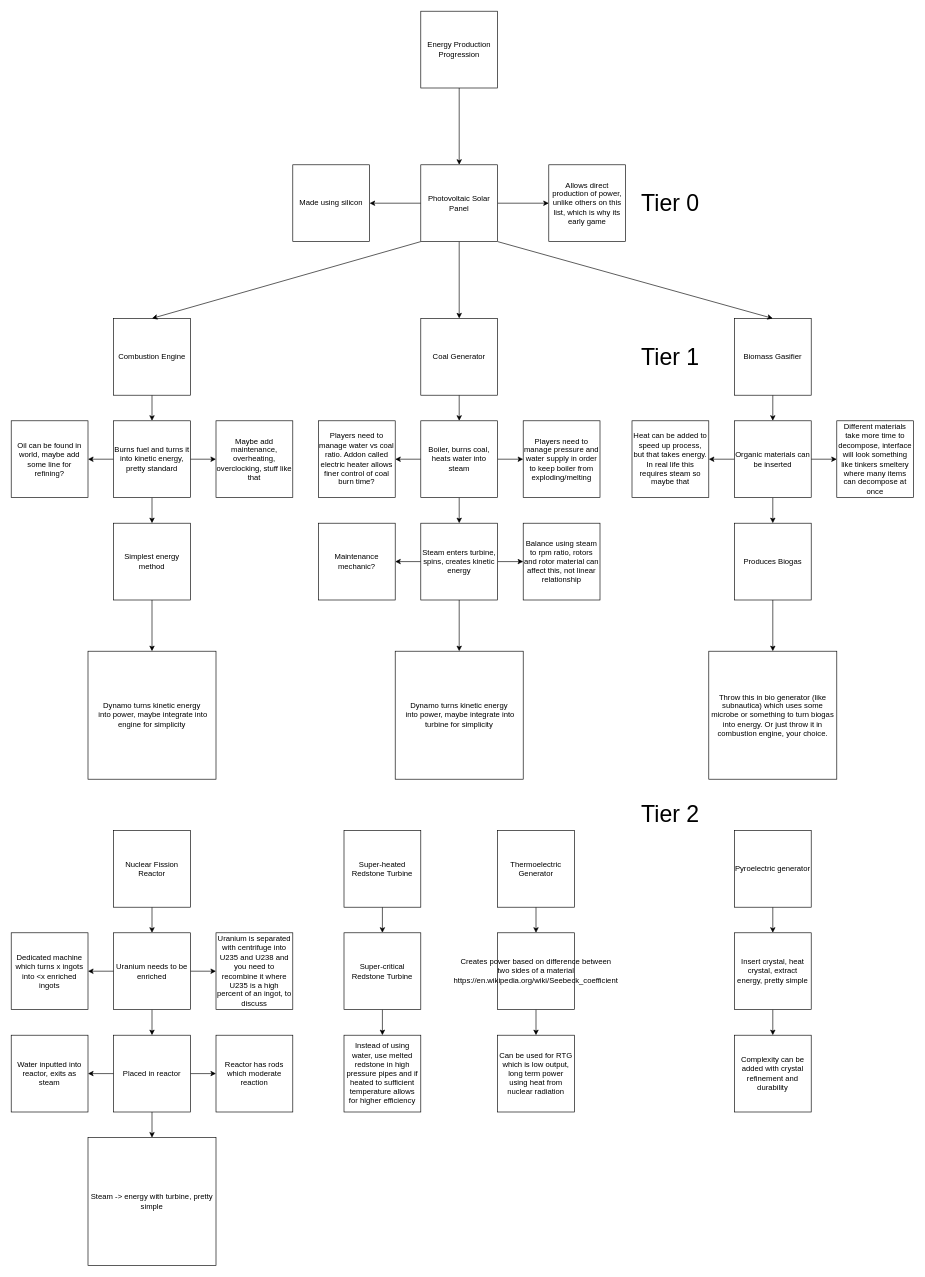
Above: page "Energy Production" (5 of 8) of SynchromaProgression.drawio in x3rdev/Synchroma (draw.io), before the change. Source tidied: cells renumbered, new cells numbered last; positions are measured from the earlier drawing's top-left corner, leaving out a move shared by most shapes. Both pictures are drawn from the tidied source at 64%, with x=0, y=0 at pixel (11, 11).
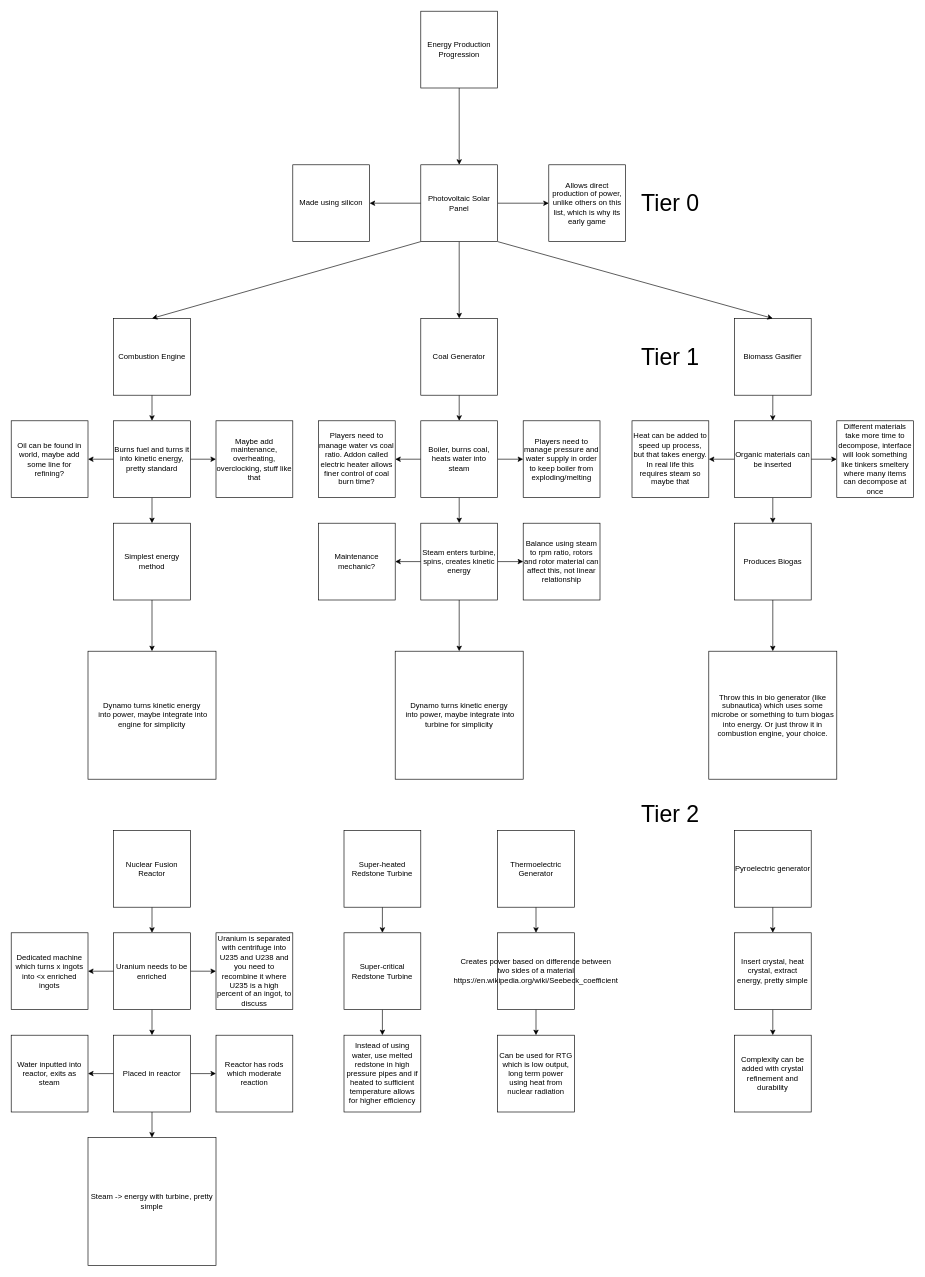
The same page after the edit.

Diff of the diagram source:
```diff
@@
-    <mxCell id="53" value="Nuclear Fission Reactor" style="whiteSpace=wrap;html=1;" parent="1" vertex="1">
+    <mxCell id="53" value="Nuclear Fusion Reactor" style="whiteSpace=wrap;html=1;" parent="1" vertex="1">
       <mxGeometry x="160" y="1280" width="120" height="120" as="geometry" />
     </mxCell>
```
